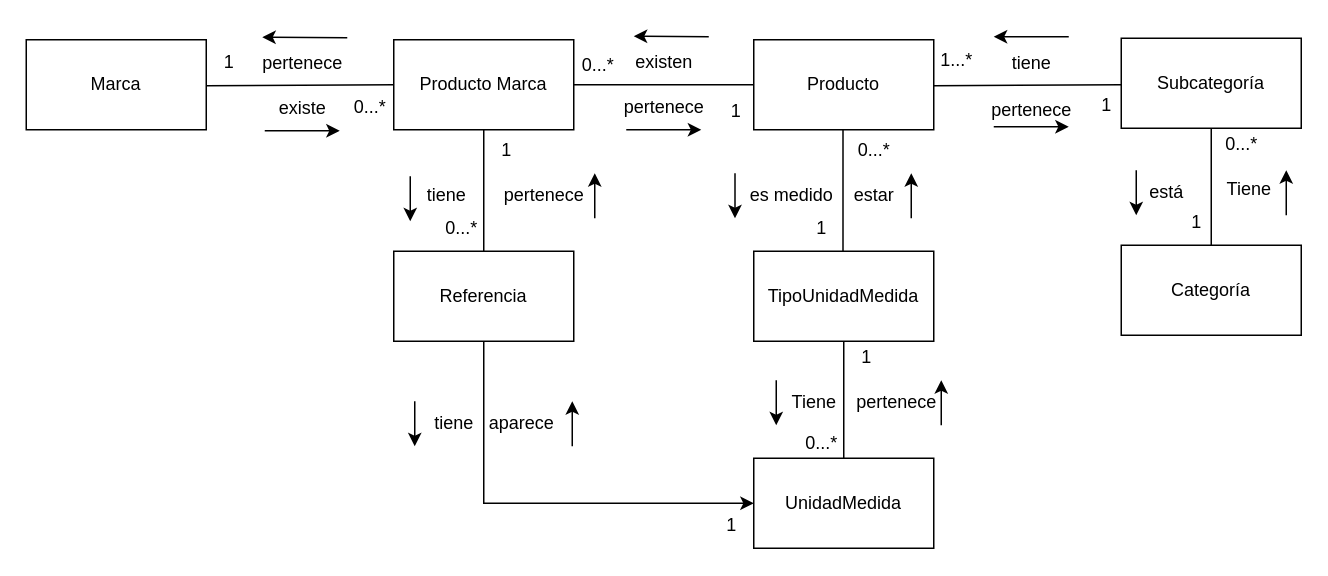
Before: page "Contexto Productos (Modelo dominio productos)" (3 of 6) of TiendaOnline_Disenio.drawio in andrescardo98/doo, a draw.io diagram. Source tidied: cells renumbered, new cells numbered last; positions are measured from the earlier drawing's top-left corner, leaving out a move shared by most shapes. Both pictures are drawn from the tidied source at 150%, with x=0, y=0 at pixel (26, 36).
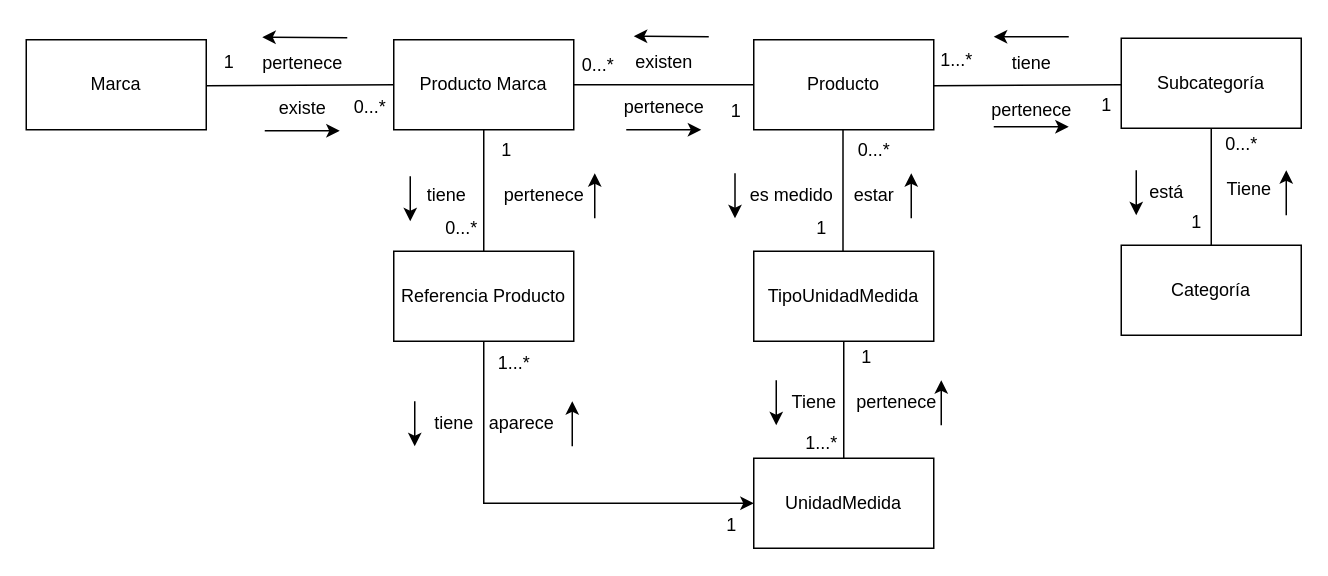
Above is the later version.

Change to the diagram source:
```diff
@@
-    <mxCell id="20" value="Referencia" style="rounded=0;whiteSpace=wrap;html=1;" parent="1" vertex="1">
+    <mxCell id="20" value="Referencia Producto" style="rounded=0;whiteSpace=wrap;html=1;" parent="1" vertex="1">
       <mxGeometry x="245" y="143" width="120" height="60" as="geometry" />
     </mxCell>
@@
-    <mxCell id="59" value="0...*" style="text;html=1;align=center;verticalAlign=middle;strokeColor=none;fillColor=none;" parent="1" vertex="1">
+    <mxCell id="59" value="1...*" style="text;html=1;align=center;verticalAlign=middle;strokeColor=none;fillColor=none;" parent="1" vertex="1">
       <mxGeometry x="510" y="256" width="40" height="30" as="geometry" />
     </mxCell>
@@
+    <mxCell id="65" value="1...*" style="text;html=1;align=center;verticalAlign=middle;strokeColor=none;fillColor=none;" parent="1" vertex="1">
+      <mxGeometry x="305" y="203" width="40" height="30" as="geometry" />
+    </mxCell>
```
